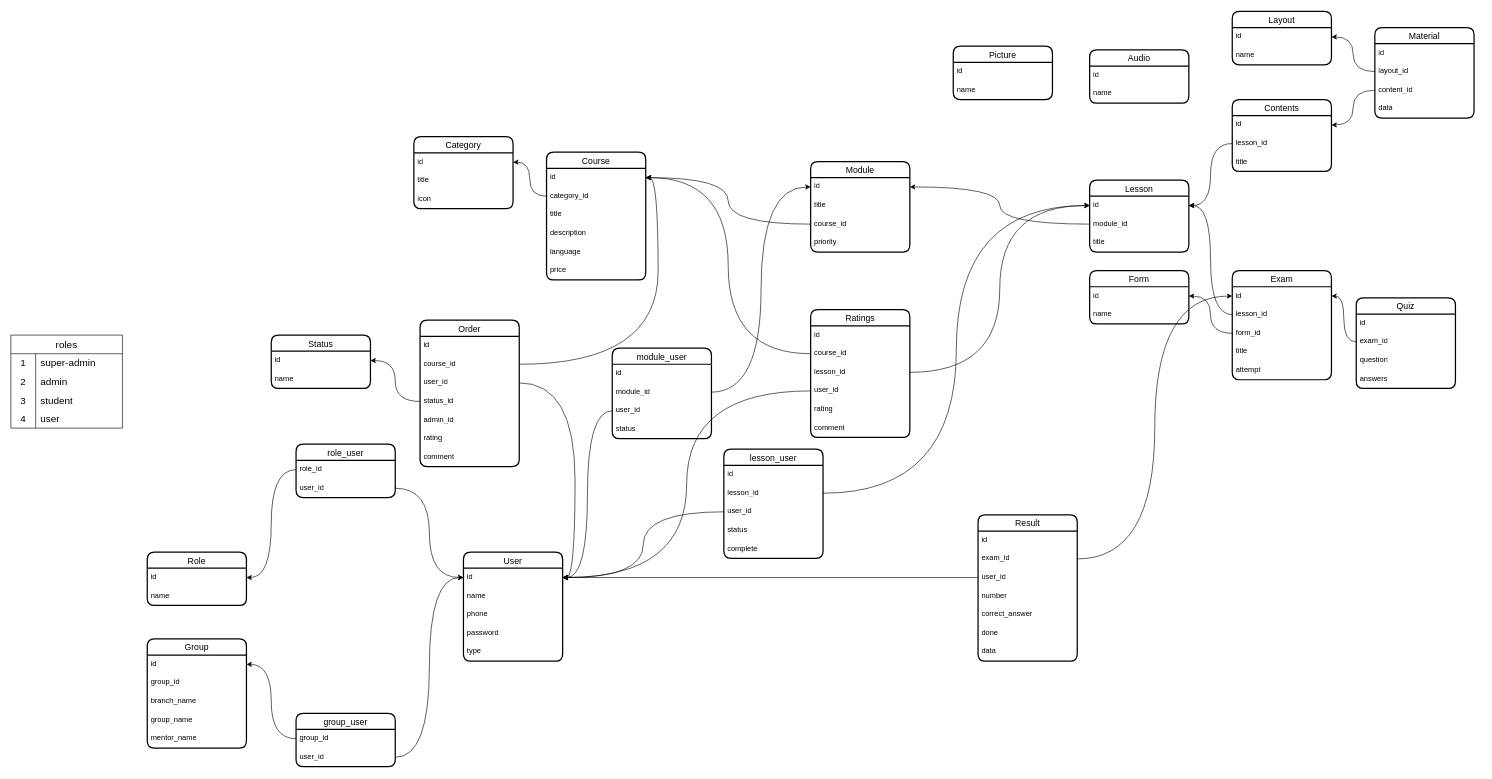
This is newaction.drawio from iztileuoff/databases, a draw.io file, before an edit. Source tidied: cells renumbered, new cells numbered last; positions are measured from the earlier drawing's top-left corner, leaving out a move shared by most shapes. Both pictures are drawn from the tidied source at 62%, with x=0, y=0 at pixel (11, 11).
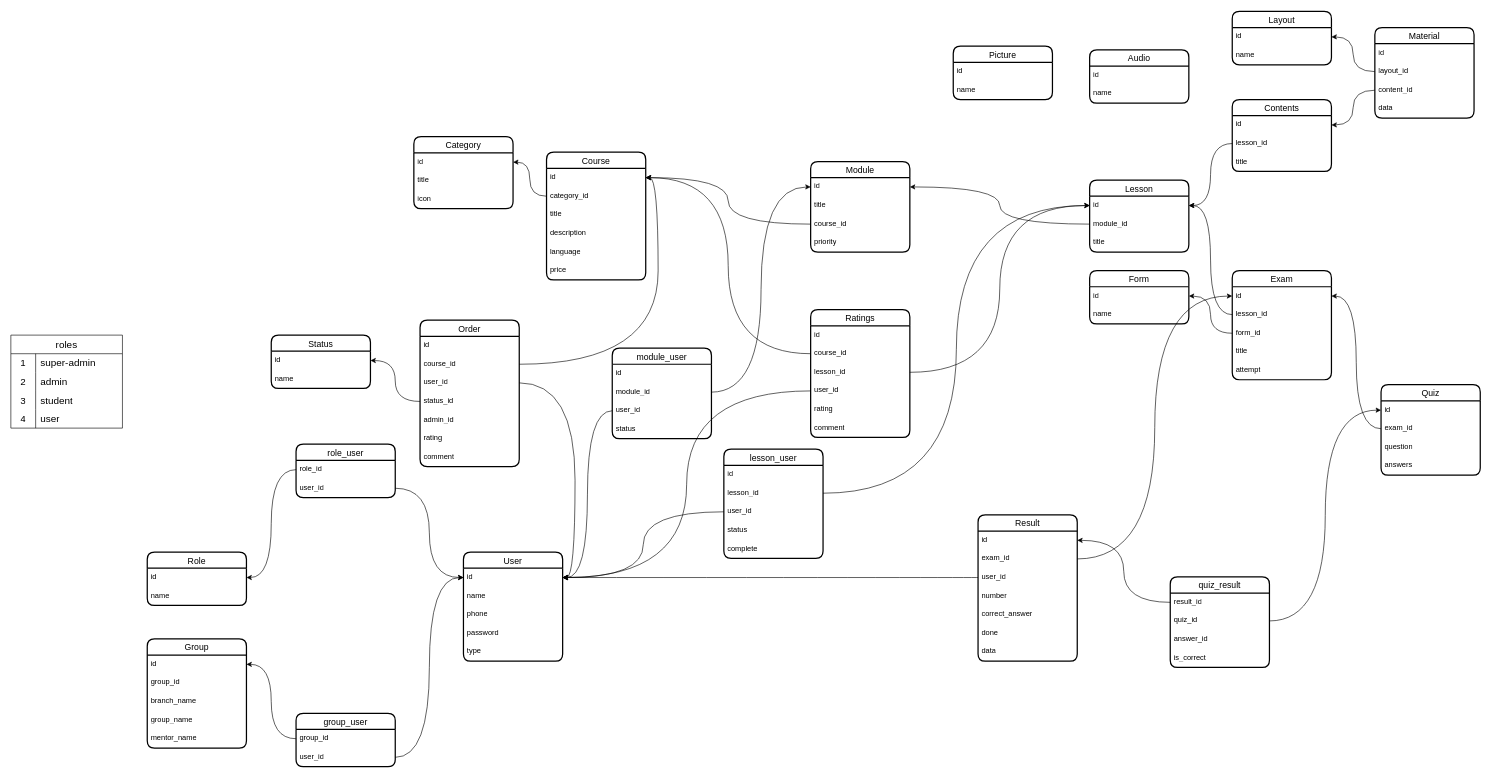
The same page after the edit.

Unchanged cells that the change refers to:
```xml
<mxCell id="69" value="id" style="text;strokeColor=none;fillColor=none;spacingLeft=4;spacingRight=4;overflow=hidden;points=[[0,0.5],[1,0.5]];portConstraint=eastwest;fontSize=12;whiteSpace=wrap;html=1;" parent="68" vertex="1">
  <mxGeometry y="26" width="160" height="30" as="geometry" />
</mxCell>
<mxCell id="113" value="id" style="text;strokeColor=none;fillColor=none;spacingLeft=4;spacingRight=4;overflow=hidden;points=[[0,0.5],[1,0.5]];portConstraint=eastwest;fontSize=12;whiteSpace=wrap;html=1;" parent="112" vertex="1">
  <mxGeometry y="26" width="160" height="30" as="geometry" />
</mxCell>
```

Diff of the diagram source:
```diff
@@
     <mxCell id="112" value="Quiz" style="swimlane;fontStyle=0;horizontal=1;startSize=26;align=center;fontSize=14;strokeWidth=2;rounded=1;shadow=0;glass=0;swimlaneLine=1;" parent="1" vertex="1">
-      <mxGeometry x="2170" y="462" width="160" height="146" as="geometry" />
+      <mxGeometry x="2210" y="602" width="160" height="146" as="geometry" />
     </mxCell>
@@
+    <mxCell id="150" value="quiz_result" style="swimlane;fontStyle=0;horizontal=1;startSize=26;align=center;fontSize=14;strokeWidth=2;rounded=1;shadow=0;glass=0;swimlaneLine=1;" parent="1" vertex="1">
+      <mxGeometry x="1870" y="912" width="160" height="146" as="geometry" />
+    </mxCell>
+    <mxCell id="151" value="result_id" style="text;strokeColor=none;fillColor=none;spacingLeft=4;spacingRight=4;overflow=hidden;points=[[0,0.5],[1,0.5]];portConstraint=eastwest;fontSize=12;whiteSpace=wrap;html=1;" parent="150" vertex="1">
+      <mxGeometry y="26" width="160" height="30" as="geometry" />
+    </mxCell>
+    <mxCell id="152" value="quiz_id" style="text;strokeColor=none;fillColor=none;spacingLeft=4;spacingRight=4;overflow=hidden;points=[[0,0.5],[1,0.5]];portConstraint=eastwest;fontSize=12;whiteSpace=wrap;html=1;" parent="150" vertex="1">
+      <mxGeometry y="56" width="160" height="30" as="geometry" />
+    </mxCell>
+    <mxCell id="153" value="answer_id" style="text;strokeColor=none;fillColor=none;spacingLeft=4;spacingRight=4;overflow=hidden;fontSize=12;whiteSpace=wrap;html=1;" parent="150" vertex="1">
+      <mxGeometry y="86" width="160" height="30" as="geometry" />
+    </mxCell>
+    <mxCell id="154" value="is_correct" style="text;strokeColor=none;fillColor=none;spacingLeft=4;spacingRight=4;overflow=hidden;fontSize=12;whiteSpace=wrap;html=1;" parent="150" vertex="1">
+      <mxGeometry y="116" width="160" height="30" as="geometry" />
+    </mxCell>
+    <mxCell id="155" style="edgeStyle=orthogonalEdgeStyle;rounded=0;jettySize=auto;html=1;entryX=0;entryY=0.5;entryDx=0;entryDy=0;curved=1;" parent="1" edge="1" source="152" target="113">
+      <mxGeometry relative="1" as="geometry" />
+    </mxCell>
+    <mxCell id="156" style="edgeStyle=orthogonalEdgeStyle;rounded=0;jettySize=auto;html=1;entryX=1;entryY=0.5;entryDx=0;entryDy=0;curved=1;" parent="1" edge="1" source="151" target="69">
+      <mxGeometry relative="1" as="geometry" />
+    </mxCell>
```
